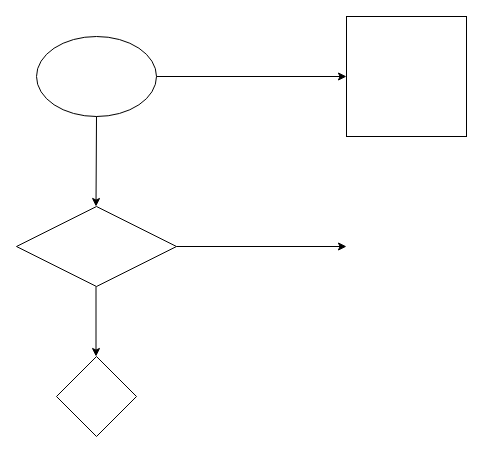
Above: Python.drawio in Daverare24/Python-folder (draw.io), before the change. Source tidied: cells renumbered, new cells numbered last; positions are measured from the earlier drawing's top-left corner, leaving out a move shared by most shapes. Both pictures are drawn from the tidied source at 100%, with x=0, y=0 at pixel (16, 16).
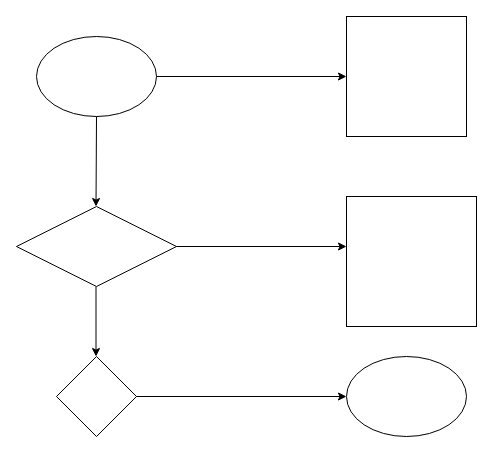
After the change.

The edit, as a diff of the source:
```diff
@@
 <mxGraphModel>
   <root>
     <mxCell id="0" />
     <mxCell id="1" parent="0" />
     <mxCell id="2" style="ellipse;whiteSpace=wrap;html=1;" parent="1" vertex="1">
       <mxGeometry x="20" y="20" width="120" height="80" as="geometry" />
     </mxCell>
     <mxCell id="3" style="endArrow=classic;html=1;rounded=0;exitX=0.5;exitY=1;exitDx=0;exitDy=0;" parent="1" edge="1" source="2">
       <mxGeometry relative="1" as="geometry">
         <mxPoint x="79.5" y="190" as="targetPoint" />
       </mxGeometry>
     </mxCell>
     <mxCell id="4" style="rhombus;whiteSpace=wrap;html=1;" parent="1" vertex="1">
       <mxGeometry y="190" width="160" height="80" as="geometry" />
     </mxCell>
     <mxCell id="5" style="endArrow=classic;html=1;rounded=0;" parent="1" edge="1">
       <mxGeometry relative="1" as="geometry">
         <mxPoint x="79.5" y="270" as="sourcePoint" />
         <mxPoint x="79.5" y="340" as="targetPoint" />
       </mxGeometry>
     </mxCell>
     <mxCell id="6" style="rhombus;whiteSpace=wrap;html=1;" parent="1" vertex="1">
       <mxGeometry x="40" y="340" width="80" height="80" as="geometry" />
     </mxCell>
     <mxCell id="7" style="endArrow=classic;html=1;rounded=0;" parent="1" edge="1">
       <mxGeometry relative="1" as="geometry">
         <mxPoint x="140" y="60" as="sourcePoint" />
         <mxPoint x="330" y="60" as="targetPoint" />
       </mxGeometry>
     </mxCell>
     <mxCell id="8" style="whiteSpace=wrap;html=1;" parent="1" vertex="1">
       <mxGeometry x="330" width="120" height="120" as="geometry" />
     </mxCell>
     <mxCell id="9" style="endArrow=classic;html=1;rounded=0;" parent="1" edge="1">
       <mxGeometry relative="1" as="geometry">
         <mxPoint x="160" y="230" as="sourcePoint" />
         <mxPoint x="330" y="230" as="targetPoint" />
       </mxGeometry>
     </mxCell>
+    <mxCell id="10" style="whiteSpace=wrap;html=1;" parent="1" vertex="1">
+      <mxGeometry x="330" y="180" width="130" height="130" as="geometry" />
+    </mxCell>
+    <mxCell id="11" style="endArrow=classic;html=1;rounded=0;" parent="1" edge="1" target="12">
+      <mxGeometry relative="1" as="geometry">
+        <mxPoint x="120" y="380" as="sourcePoint" />
+      </mxGeometry>
+    </mxCell>
+    <mxCell id="12" style="ellipse;whiteSpace=wrap;html=1;" parent="1" vertex="1">
+      <mxGeometry x="330" y="340" width="120" height="80" as="geometry" />
+    </mxCell>
   </root>
 </mxGraphModel>
```
